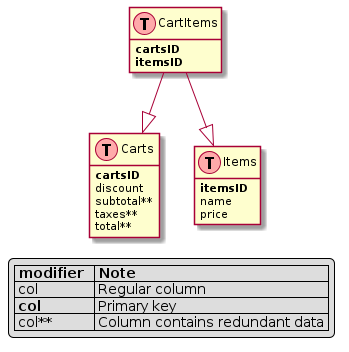
Before: docs/backend/sql/sql_tables.png, a diagram exported from PlantUML (Stephan-Hartig/blackthorn-assessment).
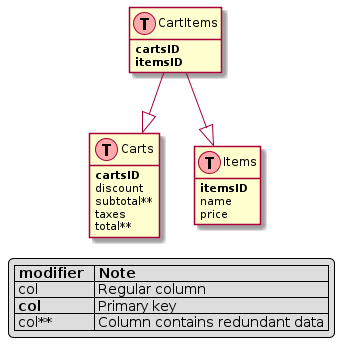
After the change.

The edit, as a diff of the source:
```diff
@@ -14,7 +14,7 @@
     primary_key(cartsID)
     discount
     subtotal**
-    taxes**
+    taxes
     total**
 }
 
```
